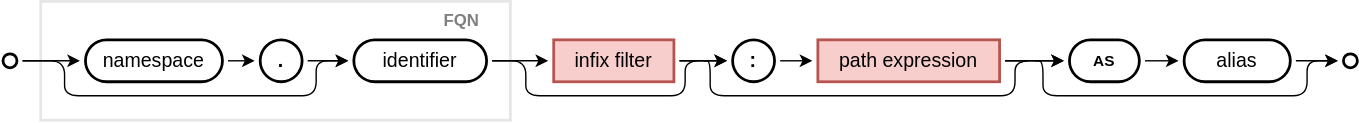
Above: cds/assets/cql/query-source.drawio.svg in capire/docs (draw.io), before the change. Source tidied: cells renumbered, new cells last; positions are measured from the earlier drawing's top-left corner, leaving out a move shared by most shapes. Source of this version:
```xml
<mxGraphModel>
  <root>
    <mxCell id="0" />
    <mxCell id="1" parent="0" />
    <mxCell id="2" value="FQN" style="rounded=0;fillColor=none;strokeWidth=2;strokeColor=#E6E6E6;verticalAlign=top;align=right;spacingLeft=40;fontColor=#808080;fontStyle=1;spacingRight=20;" parent="1" vertex="1">
      <mxGeometry x="27" y="0.5" width="336" height="85" as="geometry" />
    </mxCell>
    <mxCell id="3" style="ellipse;whiteSpace=wrap;html=1;rounded=1;strokeColor=default;strokeWidth=2;align=center;verticalAlign=middle;fontFamily=Helvetica;fontSize=11;fontColor=default;labelBackgroundColor=default;fillColor=default;perimeterSpacing=4;" parent="1" vertex="1">
      <mxGeometry y="38" width="10" height="10" as="geometry" />
    </mxCell>
    <mxCell id="4" value="path expression" style="rounded=1;whiteSpace=wrap;html=1;strokeWidth=2;arcSize=0;fontSize=14;perimeterSpacing=4;fillColor=#f8cecc;strokeColor=#b85450;" parent="1" vertex="1">
      <mxGeometry x="583" y="28" width="130" height="30" as="geometry" />
    </mxCell>
    <mxCell id="5" value="identifier" style="rounded=1;whiteSpace=wrap;html=1;strokeWidth=2;arcSize=50;fontSize=14;perimeterSpacing=4;" parent="1" vertex="1">
      <mxGeometry x="251" y="28" width="95" height="30" as="geometry" />
    </mxCell>
    <mxCell id="6" value="&lt;b&gt;:&lt;/b&gt;" style="rounded=1;whiteSpace=wrap;html=1;strokeWidth=2;arcSize=50;fontSize=14;perimeterSpacing=4;" parent="1" vertex="1">
      <mxGeometry x="522" y="28" width="30" height="30" as="geometry" />
    </mxCell>
    <mxCell id="7" value="AS" style="rounded=1;whiteSpace=wrap;html=1;strokeWidth=2;arcSize=50;fontSize=11;perimeterSpacing=4;fontStyle=1;" parent="1" vertex="1">
      <mxGeometry x="763" y="28" width="50" height="30" as="geometry" />
    </mxCell>
    <mxCell id="8" value="alias" style="rounded=1;whiteSpace=wrap;html=1;strokeWidth=2;arcSize=50;fontSize=14;perimeterSpacing=4;" parent="1" vertex="1">
      <mxGeometry x="845" y="28" width="76" height="30" as="geometry" />
    </mxCell>
    <mxCell id="9" value="namespace" style="rounded=1;whiteSpace=wrap;html=1;strokeWidth=2;arcSize=50;fontSize=14;perimeterSpacing=4;" parent="1" vertex="1">
      <mxGeometry x="59" y="28" width="98" height="30" as="geometry" />
    </mxCell>
    <mxCell id="10" value="infix filter" style="rounded=1;whiteSpace=wrap;html=1;strokeWidth=2;arcSize=0;fontSize=14;perimeterSpacing=4;fillColor=#f8cecc;strokeColor=#b85450;" parent="1" vertex="1">
      <mxGeometry x="394" y="28" width="86" height="30" as="geometry" />
    </mxCell>
    <mxCell id="11" value="&lt;b&gt;.&lt;/b&gt;" style="rounded=1;whiteSpace=wrap;html=1;strokeWidth=2;arcSize=50;fontSize=14;perimeterSpacing=4;" parent="1" vertex="1">
      <mxGeometry x="184" y="28" width="30" height="30" as="geometry" />
    </mxCell>
    <mxCell id="12" style="endArrow=classic;html=1;rounded=1;strokeColor=default;align=center;verticalAlign=middle;fontFamily=Helvetica;fontSize=14;fontColor=default;labelBackgroundColor=default;jumpStyle=gap;jumpSize=6;exitX=1;exitY=0.5;exitDx=0;exitDy=0;entryX=0;entryY=0.5;entryDx=0;entryDy=0;" parent="1" edge="1" source="9" target="11">
      <mxGeometry relative="1" as="geometry" />
    </mxCell>
    <mxCell id="13" style="endArrow=classic;html=1;rounded=1;strokeColor=default;align=center;verticalAlign=middle;fontFamily=Helvetica;fontSize=14;fontColor=default;labelBackgroundColor=default;jumpStyle=gap;jumpSize=6;exitX=1;exitY=0.5;exitDx=0;exitDy=0;entryX=0;entryY=0.5;entryDx=0;entryDy=0;" parent="1" edge="1" source="11" target="5">
      <mxGeometry relative="1" as="geometry" />
    </mxCell>
    <mxCell id="14" style="endArrow=classic;html=1;rounded=1;strokeColor=default;align=center;verticalAlign=middle;fontFamily=Helvetica;fontSize=14;fontColor=default;labelBackgroundColor=default;jumpStyle=gap;jumpSize=6;exitX=1;exitY=0.5;exitDx=0;exitDy=0;entryX=0;entryY=0.5;entryDx=0;entryDy=0;" parent="1" edge="1" source="3" target="9">
      <mxGeometry relative="1" as="geometry" />
    </mxCell>
    <mxCell id="15" style="endArrow=classic;html=1;rounded=1;strokeColor=default;align=center;verticalAlign=middle;fontFamily=Helvetica;fontSize=14;fontColor=default;labelBackgroundColor=default;edgeStyle=orthogonalEdgeStyle;jumpStyle=gap;jumpSize=6;entryX=0;entryY=0.5;entryDx=0;entryDy=0;exitX=1;exitY=0.5;exitDx=0;exitDy=0;" parent="1" edge="1" source="3">
      <mxGeometry relative="1" as="geometry">
        <mxPoint x="247" y="43" as="targetPoint" />
        <Array as="points">
          <mxPoint x="44" y="43" />
          <mxPoint x="44" y="68" />
          <mxPoint x="224" y="68" />
          <mxPoint x="224" y="43" />
        </Array>
      </mxGeometry>
    </mxCell>
    <mxCell id="16" style="endArrow=classic;html=1;rounded=1;strokeColor=default;align=center;verticalAlign=middle;fontFamily=Helvetica;fontSize=14;fontColor=default;labelBackgroundColor=default;jumpStyle=gap;jumpSize=6;exitX=1;exitY=0.5;exitDx=0;exitDy=0;entryX=0;entryY=0.5;entryDx=0;entryDy=0;" parent="1" edge="1" source="5" target="10">
      <mxGeometry relative="1" as="geometry" />
    </mxCell>
    <mxCell id="17" style="endArrow=classic;html=1;rounded=1;strokeColor=default;align=center;verticalAlign=middle;fontFamily=Helvetica;fontSize=14;fontColor=default;labelBackgroundColor=default;jumpStyle=gap;jumpSize=6;exitX=1;exitY=0.5;exitDx=0;exitDy=0;entryX=0;entryY=0.5;entryDx=0;entryDy=0;" parent="1" edge="1" source="10" target="6">
      <mxGeometry relative="1" as="geometry" />
    </mxCell>
    <mxCell id="18" style="endArrow=classic;html=1;rounded=1;strokeColor=default;align=center;verticalAlign=middle;fontFamily=Helvetica;fontSize=14;fontColor=default;labelBackgroundColor=default;jumpStyle=gap;jumpSize=6;exitX=1;exitY=0.5;exitDx=0;exitDy=0;entryX=0;entryY=0.5;entryDx=0;entryDy=0;" parent="1" edge="1" source="6" target="4">
      <mxGeometry relative="1" as="geometry" />
    </mxCell>
    <mxCell id="19" style="endArrow=classic;html=1;rounded=1;strokeColor=default;align=center;verticalAlign=middle;fontFamily=Helvetica;fontSize=14;fontColor=default;labelBackgroundColor=default;jumpStyle=gap;jumpSize=6;exitX=1;exitY=0.5;exitDx=0;exitDy=0;entryX=0;entryY=0.5;entryDx=0;entryDy=0;" parent="1" edge="1" source="4" target="7">
      <mxGeometry relative="1" as="geometry" />
    </mxCell>
    <mxCell id="20" style="endArrow=classic;html=1;rounded=1;strokeColor=default;align=center;verticalAlign=middle;fontFamily=Helvetica;fontSize=14;fontColor=default;labelBackgroundColor=default;jumpStyle=gap;jumpSize=6;exitX=1;exitY=0.5;exitDx=0;exitDy=0;entryX=0;entryY=0.5;entryDx=0;entryDy=0;" parent="1" edge="1" source="7" target="8">
      <mxGeometry relative="1" as="geometry" />
    </mxCell>
    <mxCell id="21" style="ellipse;whiteSpace=wrap;html=1;rounded=1;strokeColor=default;strokeWidth=2;align=center;verticalAlign=middle;fontFamily=Helvetica;fontSize=11;fontColor=default;labelBackgroundColor=default;fillColor=default;perimeterSpacing=4;" parent="1" vertex="1">
      <mxGeometry x="959" y="38" width="10" height="10" as="geometry" />
    </mxCell>
    <mxCell id="22" style="endArrow=classic;html=1;rounded=1;strokeColor=default;align=center;verticalAlign=middle;fontFamily=Helvetica;fontSize=14;fontColor=default;labelBackgroundColor=default;jumpStyle=gap;jumpSize=6;exitX=1;exitY=0.5;exitDx=0;exitDy=0;entryX=0;entryY=0.5;entryDx=0;entryDy=0;" parent="1" edge="1" source="8" target="21">
      <mxGeometry relative="1" as="geometry" />
    </mxCell>
    <mxCell id="23" style="endArrow=classic;html=1;rounded=1;strokeColor=default;align=center;verticalAlign=middle;fontFamily=Helvetica;fontSize=14;fontColor=default;labelBackgroundColor=default;edgeStyle=orthogonalEdgeStyle;jumpStyle=gap;jumpSize=6;entryX=0;entryY=0.5;entryDx=0;entryDy=0;exitX=1;exitY=0.5;exitDx=0;exitDy=0;" parent="1" edge="1" source="5" target="6">
      <mxGeometry relative="1" as="geometry">
        <Array as="points">
          <mxPoint x="374" y="43" />
          <mxPoint x="374" y="68" />
          <mxPoint x="488" y="68" />
          <mxPoint x="488" y="43" />
        </Array>
      </mxGeometry>
    </mxCell>
    <mxCell id="24" style="endArrow=classic;html=1;rounded=1;strokeColor=default;align=center;verticalAlign=middle;fontFamily=Helvetica;fontSize=14;fontColor=default;labelBackgroundColor=default;edgeStyle=orthogonalEdgeStyle;jumpStyle=gap;jumpSize=6;entryX=0;entryY=0.5;entryDx=0;entryDy=0;exitX=1;exitY=0.5;exitDx=0;exitDy=0;" parent="1" edge="1" source="10" target="7">
      <mxGeometry relative="1" as="geometry">
        <Array as="points">
          <mxPoint x="506" y="43" />
          <mxPoint x="506" y="68" />
          <mxPoint x="724" y="68" />
          <mxPoint x="724" y="43" />
        </Array>
      </mxGeometry>
    </mxCell>
    <mxCell id="25" style="endArrow=classic;html=1;rounded=1;strokeColor=default;align=center;verticalAlign=middle;fontFamily=Helvetica;fontSize=14;fontColor=default;labelBackgroundColor=default;edgeStyle=orthogonalEdgeStyle;jumpStyle=gap;jumpSize=6;entryX=0;entryY=0.5;entryDx=0;entryDy=0;exitX=1;exitY=0.5;exitDx=0;exitDy=0;" parent="1" edge="1" source="4" target="21">
      <mxGeometry relative="1" as="geometry">
        <Array as="points">
          <mxPoint x="744" y="43" />
          <mxPoint x="744" y="68" />
          <mxPoint x="933" y="68" />
          <mxPoint x="933" y="43" />
        </Array>
      </mxGeometry>
    </mxCell>
  </root>
</mxGraphModel>
```
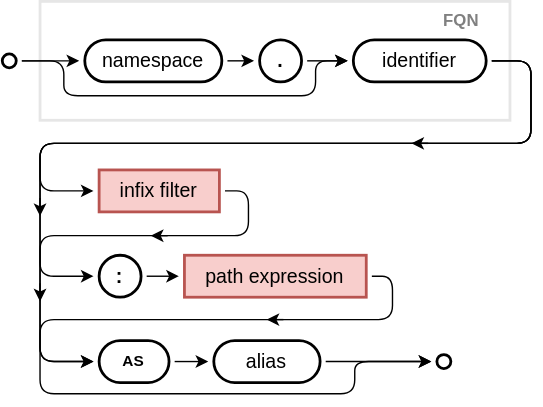
After the commit.

The edit, as a diff of the source:
```diff
@@ -9,25 +9,25 @@
       <mxGeometry y="38" width="10" height="10" as="geometry" />
     </mxCell>
     <mxCell id="4" value="path expression" style="rounded=1;whiteSpace=wrap;html=1;strokeWidth=2;arcSize=0;fontSize=14;perimeterSpacing=4;fillColor=#f8cecc;strokeColor=#b85450;" parent="1" vertex="1">
-      <mxGeometry x="583" y="28" width="130" height="30" as="geometry" />
+      <mxGeometry x="130.2" y="182" width="130" height="30" as="geometry" />
     </mxCell>
     <mxCell id="5" value="identifier" style="rounded=1;whiteSpace=wrap;html=1;strokeWidth=2;arcSize=50;fontSize=14;perimeterSpacing=4;" parent="1" vertex="1">
       <mxGeometry x="251" y="28" width="95" height="30" as="geometry" />
     </mxCell>
     <mxCell id="6" value="&lt;b&gt;:&lt;/b&gt;" style="rounded=1;whiteSpace=wrap;html=1;strokeWidth=2;arcSize=50;fontSize=14;perimeterSpacing=4;" parent="1" vertex="1">
-      <mxGeometry x="522" y="28" width="30" height="30" as="geometry" />
+      <mxGeometry x="69.2" y="182" width="30" height="30" as="geometry" />
     </mxCell>
     <mxCell id="7" value="AS" style="rounded=1;whiteSpace=wrap;html=1;strokeWidth=2;arcSize=50;fontSize=11;perimeterSpacing=4;fontStyle=1;" parent="1" vertex="1">
-      <mxGeometry x="763" y="28" width="50" height="30" as="geometry" />
+      <mxGeometry x="69.2" y="243" width="50" height="30" as="geometry" />
     </mxCell>
     <mxCell id="8" value="alias" style="rounded=1;whiteSpace=wrap;html=1;strokeWidth=2;arcSize=50;fontSize=14;perimeterSpacing=4;" parent="1" vertex="1">
-      <mxGeometry x="845" y="28" width="76" height="30" as="geometry" />
+      <mxGeometry x="151.2" y="243" width="76" height="30" as="geometry" />
     </mxCell>
     <mxCell id="9" value="namespace" style="rounded=1;whiteSpace=wrap;html=1;strokeWidth=2;arcSize=50;fontSize=14;perimeterSpacing=4;" parent="1" vertex="1">
       <mxGeometry x="59" y="28" width="98" height="30" as="geometry" />
     </mxCell>
     <mxCell id="10" value="infix filter" style="rounded=1;whiteSpace=wrap;html=1;strokeWidth=2;arcSize=0;fontSize=14;perimeterSpacing=4;fillColor=#f8cecc;strokeColor=#b85450;" parent="1" vertex="1">
-      <mxGeometry x="394" y="28" width="86" height="30" as="geometry" />
+      <mxGeometry x="69.2" y="121" width="86" height="30" as="geometry" />
     </mxCell>
     <mxCell id="11" value="&lt;b&gt;.&lt;/b&gt;" style="rounded=1;whiteSpace=wrap;html=1;strokeWidth=2;arcSize=50;fontSize=14;perimeterSpacing=4;" parent="1" vertex="1">
       <mxGeometry x="184" y="28" width="30" height="30" as="geometry" />
@@ -52,56 +52,99 @@
         </Array>
       </mxGeometry>
     </mxCell>
-    <mxCell id="16" style="endArrow=classic;html=1;rounded=1;strokeColor=default;align=center;verticalAlign=middle;fontFamily=Helvetica;fontSize=14;fontColor=default;labelBackgroundColor=default;jumpStyle=gap;jumpSize=6;exitX=1;exitY=0.5;exitDx=0;exitDy=0;entryX=0;entryY=0.5;entryDx=0;entryDy=0;" parent="1" edge="1" source="5" target="10">
-      <mxGeometry relative="1" as="geometry" />
-    </mxCell>
-    <mxCell id="17" style="endArrow=classic;html=1;rounded=1;strokeColor=default;align=center;verticalAlign=middle;fontFamily=Helvetica;fontSize=14;fontColor=default;labelBackgroundColor=default;jumpStyle=gap;jumpSize=6;exitX=1;exitY=0.5;exitDx=0;exitDy=0;entryX=0;entryY=0.5;entryDx=0;entryDy=0;" parent="1" edge="1" source="10" target="6">
-      <mxGeometry relative="1" as="geometry" />
+    <mxCell id="17" style="endArrow=classic;html=1;rounded=1;strokeColor=default;align=center;verticalAlign=middle;fontFamily=Helvetica;fontSize=14;fontColor=default;labelBackgroundColor=default;jumpStyle=gap;jumpSize=6;exitX=1;exitY=0.5;exitDx=0;exitDy=0;entryX=0;entryY=0.5;entryDx=0;entryDy=0;edgeStyle=orthogonalEdgeStyle;" parent="1" edge="1" source="10" target="6">
+      <mxGeometry relative="1" as="geometry">
+        <Array as="points">
+          <mxPoint x="176" y="136" />
+          <mxPoint x="176" y="168" />
+          <mxPoint x="27" y="168" />
+          <mxPoint x="27" y="197" />
+        </Array>
+      </mxGeometry>
     </mxCell>
     <mxCell id="18" style="endArrow=classic;html=1;rounded=1;strokeColor=default;align=center;verticalAlign=middle;fontFamily=Helvetica;fontSize=14;fontColor=default;labelBackgroundColor=default;jumpStyle=gap;jumpSize=6;exitX=1;exitY=0.5;exitDx=0;exitDy=0;entryX=0;entryY=0.5;entryDx=0;entryDy=0;" parent="1" edge="1" source="6" target="4">
       <mxGeometry relative="1" as="geometry" />
     </mxCell>
-    <mxCell id="19" style="endArrow=classic;html=1;rounded=1;strokeColor=default;align=center;verticalAlign=middle;fontFamily=Helvetica;fontSize=14;fontColor=default;labelBackgroundColor=default;jumpStyle=gap;jumpSize=6;exitX=1;exitY=0.5;exitDx=0;exitDy=0;entryX=0;entryY=0.5;entryDx=0;entryDy=0;" parent="1" edge="1" source="4" target="7">
-      <mxGeometry relative="1" as="geometry" />
+    <mxCell id="19" style="endArrow=classic;html=1;rounded=1;strokeColor=default;align=center;verticalAlign=middle;fontFamily=Helvetica;fontSize=14;fontColor=default;labelBackgroundColor=default;jumpStyle=gap;jumpSize=6;exitX=1;exitY=0.5;exitDx=0;exitDy=0;entryX=0;entryY=0.5;entryDx=0;entryDy=0;edgeStyle=orthogonalEdgeStyle;" parent="1" edge="1" source="4" target="7">
+      <mxGeometry relative="1" as="geometry">
+        <Array as="points">
+          <mxPoint x="279" y="197" />
+          <mxPoint x="279" y="228" />
+          <mxPoint x="27" y="228" />
+          <mxPoint x="27" y="258" />
+        </Array>
+      </mxGeometry>
     </mxCell>
     <mxCell id="20" style="endArrow=classic;html=1;rounded=1;strokeColor=default;align=center;verticalAlign=middle;fontFamily=Helvetica;fontSize=14;fontColor=default;labelBackgroundColor=default;jumpStyle=gap;jumpSize=6;exitX=1;exitY=0.5;exitDx=0;exitDy=0;entryX=0;entryY=0.5;entryDx=0;entryDy=0;" parent="1" edge="1" source="7" target="8">
       <mxGeometry relative="1" as="geometry" />
     </mxCell>
     <mxCell id="21" style="ellipse;whiteSpace=wrap;html=1;rounded=1;strokeColor=default;strokeWidth=2;align=center;verticalAlign=middle;fontFamily=Helvetica;fontSize=11;fontColor=default;labelBackgroundColor=default;fillColor=default;perimeterSpacing=4;" parent="1" vertex="1">
-      <mxGeometry x="959" y="38" width="10" height="10" as="geometry" />
+      <mxGeometry x="310.7" y="253" width="10" height="10" as="geometry" />
     </mxCell>
     <mxCell id="22" style="endArrow=classic;html=1;rounded=1;strokeColor=default;align=center;verticalAlign=middle;fontFamily=Helvetica;fontSize=14;fontColor=default;labelBackgroundColor=default;jumpStyle=gap;jumpSize=6;exitX=1;exitY=0.5;exitDx=0;exitDy=0;entryX=0;entryY=0.5;entryDx=0;entryDy=0;" parent="1" edge="1" source="8" target="21">
       <mxGeometry relative="1" as="geometry" />
     </mxCell>
-    <mxCell id="23" style="endArrow=classic;html=1;rounded=1;strokeColor=default;align=center;verticalAlign=middle;fontFamily=Helvetica;fontSize=14;fontColor=default;labelBackgroundColor=default;edgeStyle=orthogonalEdgeStyle;jumpStyle=gap;jumpSize=6;entryX=0;entryY=0.5;entryDx=0;entryDy=0;exitX=1;exitY=0.5;exitDx=0;exitDy=0;" parent="1" edge="1" source="5" target="6">
+    <mxCell id="23" style="endArrow=classic;html=1;rounded=1;strokeColor=default;align=center;verticalAlign=middle;fontFamily=Helvetica;fontSize=14;fontColor=default;labelBackgroundColor=default;edgeStyle=orthogonalEdgeStyle;jumpStyle=gap;jumpSize=6;exitX=1;exitY=0.5;exitDx=0;exitDy=0;entryX=0;entryY=0.5;entryDx=0;entryDy=0;" parent="1" edge="1" source="5" target="10">
       <mxGeometry relative="1" as="geometry">
         <Array as="points">
-          <mxPoint x="374" y="43" />
-          <mxPoint x="374" y="68" />
-          <mxPoint x="488" y="68" />
-          <mxPoint x="488" y="43" />
+          <mxPoint x="378" y="43" />
+          <mxPoint x="378" y="102" />
+          <mxPoint x="27" y="102" />
+          <mxPoint x="27" y="136" />
         </Array>
       </mxGeometry>
     </mxCell>
-    <mxCell id="24" style="endArrow=classic;html=1;rounded=1;strokeColor=default;align=center;verticalAlign=middle;fontFamily=Helvetica;fontSize=14;fontColor=default;labelBackgroundColor=default;edgeStyle=orthogonalEdgeStyle;jumpStyle=gap;jumpSize=6;entryX=0;entryY=0.5;entryDx=0;entryDy=0;exitX=1;exitY=0.5;exitDx=0;exitDy=0;" parent="1" edge="1" source="10" target="7">
-      <mxGeometry relative="1" as="geometry">
-        <Array as="points">
-          <mxPoint x="506" y="43" />
-          <mxPoint x="506" y="68" />
-          <mxPoint x="724" y="68" />
-          <mxPoint x="724" y="43" />
-        </Array>
-      </mxGeometry>
-    </mxCell>
-    <mxCell id="25" style="endArrow=classic;html=1;rounded=1;strokeColor=default;align=center;verticalAlign=middle;fontFamily=Helvetica;fontSize=14;fontColor=default;labelBackgroundColor=default;edgeStyle=orthogonalEdgeStyle;jumpStyle=gap;jumpSize=6;entryX=0;entryY=0.5;entryDx=0;entryDy=0;exitX=1;exitY=0.5;exitDx=0;exitDy=0;" parent="1" edge="1" source="4" target="21">
-      <mxGeometry relative="1" as="geometry">
-        <Array as="points">
-          <mxPoint x="744" y="43" />
-          <mxPoint x="744" y="68" />
-          <mxPoint x="933" y="68" />
-          <mxPoint x="933" y="43" />
-        </Array>
-      </mxGeometry>
-    </mxCell>
+    <mxCell id="26" style="endArrow=classic;html=1;rounded=1;strokeColor=default;align=center;verticalAlign=middle;fontFamily=Helvetica;fontSize=14;fontColor=default;labelBackgroundColor=default;edgeStyle=orthogonalEdgeStyle;jumpStyle=gap;jumpSize=6;exitX=1;exitY=0.5;exitDx=0;exitDy=0;entryX=0;entryY=0.5;entryDx=0;entryDy=0;" parent="1" edge="1" source="5" target="7">
+      <mxGeometry relative="1" as="geometry">
+        <Array as="points">
+          <mxPoint x="378" y="43" />
+          <mxPoint x="378" y="102" />
+          <mxPoint x="27" y="102" />
+          <mxPoint x="27" y="258" />
+        </Array>
+      </mxGeometry>
+    </mxCell>
+    <mxCell id="27" style="endArrow=classic;html=1;rounded=1;strokeColor=default;align=center;verticalAlign=middle;fontFamily=Helvetica;fontSize=14;fontColor=default;labelBackgroundColor=default;jumpStyle=gap;jumpSize=6;" parent="1" edge="1">
+      <mxGeometry relative="1" as="geometry">
+        <mxPoint x="27" y="141" as="sourcePoint" />
+        <mxPoint x="27" y="154" as="targetPoint" />
+      </mxGeometry>
+    </mxCell>
+    <mxCell id="28" style="endArrow=classic;html=1;rounded=1;strokeColor=default;align=center;verticalAlign=middle;fontFamily=Helvetica;fontSize=14;fontColor=default;labelBackgroundColor=default;jumpStyle=gap;jumpSize=6;" parent="1" edge="1">
+      <mxGeometry relative="1" as="geometry">
+        <mxPoint x="27" y="202" as="sourcePoint" />
+        <mxPoint x="27" y="215" as="targetPoint" />
+      </mxGeometry>
+    </mxCell>
+    <mxCell id="29" style="endArrow=classic;html=1;rounded=1;strokeColor=default;align=center;verticalAlign=middle;fontFamily=Helvetica;fontSize=14;fontColor=default;labelBackgroundColor=default;jumpStyle=gap;jumpSize=6;" parent="1" edge="1">
+      <mxGeometry relative="1" as="geometry">
+        <mxPoint x="201" y="228" as="sourcePoint" />
+        <mxPoint x="189" y="228" as="targetPoint" />
+      </mxGeometry>
+    </mxCell>
+    <mxCell id="30" style="endArrow=classic;html=1;rounded=1;strokeColor=default;align=center;verticalAlign=middle;fontFamily=Helvetica;fontSize=14;fontColor=default;labelBackgroundColor=default;jumpStyle=gap;jumpSize=6;" parent="1" edge="1">
+      <mxGeometry relative="1" as="geometry">
+        <mxPoint x="118.2" y="168" as="sourcePoint" />
+        <mxPoint x="106.2" y="168" as="targetPoint" />
+      </mxGeometry>
+    </mxCell>
+    <mxCell id="31" style="endArrow=classic;html=1;rounded=1;strokeColor=default;align=center;verticalAlign=middle;fontFamily=Helvetica;fontSize=14;fontColor=default;labelBackgroundColor=default;jumpStyle=gap;jumpSize=6;" parent="1" edge="1">
+      <mxGeometry relative="1" as="geometry">
+        <mxPoint x="304.5" y="102" as="sourcePoint" />
+        <mxPoint x="292.5" y="102" as="targetPoint" />
+      </mxGeometry>
+    </mxCell>
+    <mxCell id="32" style="endArrow=classic;html=1;rounded=1;strokeColor=default;align=center;verticalAlign=middle;fontFamily=Helvetica;fontSize=14;fontColor=default;labelBackgroundColor=default;edgeStyle=orthogonalEdgeStyle;jumpStyle=gap;jumpSize=6;exitX=1;exitY=0.5;exitDx=0;exitDy=0;entryX=0;entryY=0.5;entryDx=0;entryDy=0;" parent="1" edge="1" source="5" target="21">
+      <mxGeometry relative="1" as="geometry">
+        <Array as="points">
+          <mxPoint x="378" y="43" />
+          <mxPoint x="378" y="102" />
+          <mxPoint x="27" y="102" />
+          <mxPoint x="27" y="281" />
+          <mxPoint x="252" y="281" />
+          <mxPoint x="252" y="258" />
+        </Array>
+      </mxGeometry>
+    </mxCell>
   </root>
 </mxGraphModel>
```
